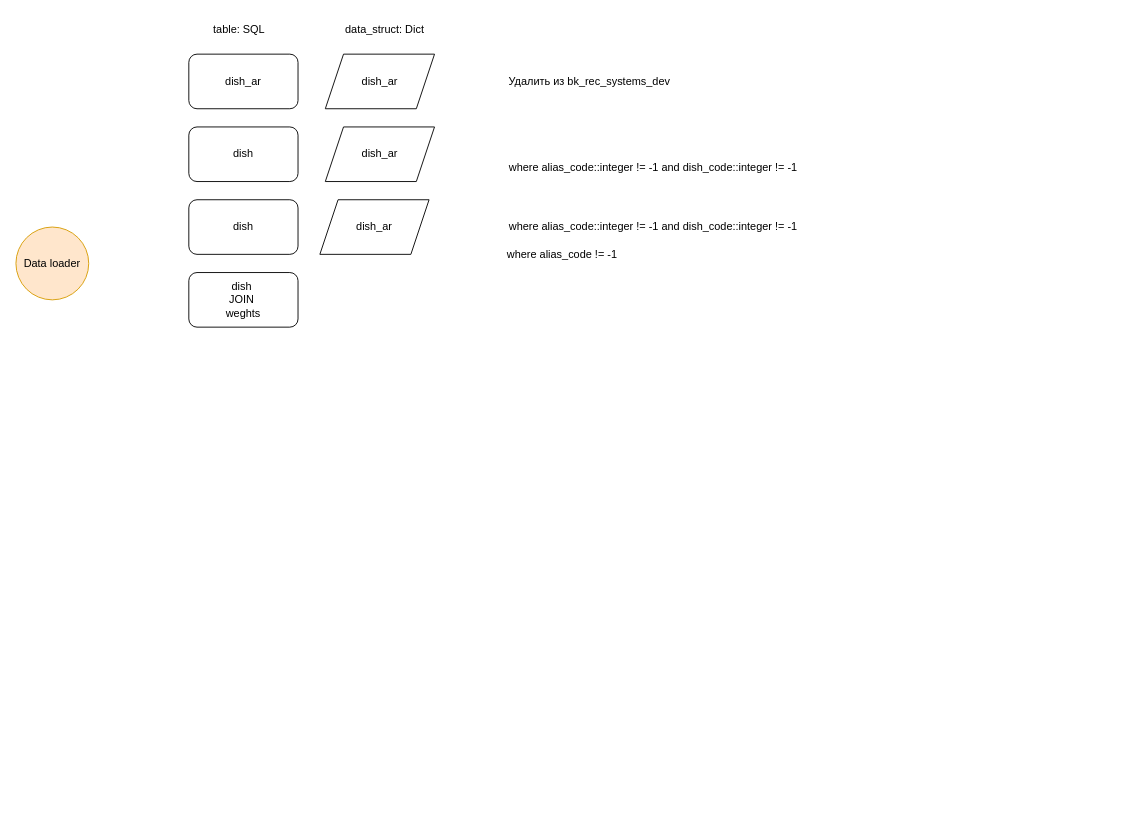
Before: recsys_data_loader.drawio in ArlanovCsb/responsive_menu, a draw.io diagram. Source tidied: cells renumbered, new cells numbered last; positions are measured from the earlier drawing's top-left corner, leaving out a move shared by most shapes. Both pictures are drawn from the tidied source at 91%, with x=0, y=0 at pixel (15, 15).
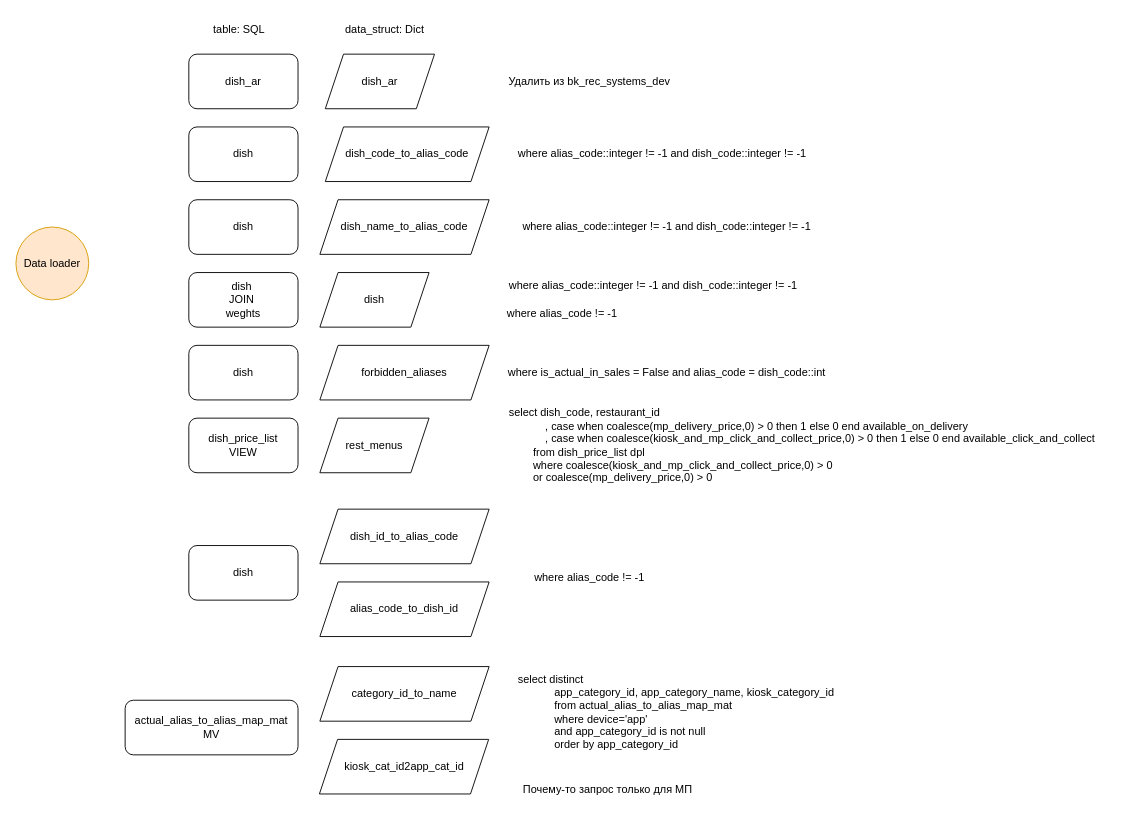
The same page after the edit.

The edit, as a diff of the source:
```diff
@@
     <mxCell id="6" value="where alias_code::integer != -1 and dish_code::integer != -1" style="text;html=1;align=center;verticalAlign=middle;strokeColor=none;fillColor=none;" parent="1" vertex="1">
-      <mxGeometry x="530" y="152" width="340" height="30" as="geometry" />
+      <mxGeometry x="540" y="137" width="340" height="30" as="geometry" />
     </mxCell>
@@
     <mxCell id="8" value="where alias_code::integer != -1 and dish_code::integer != -1" style="text;html=1;align=center;verticalAlign=middle;strokeColor=none;fillColor=none;" parent="1" vertex="1">
-      <mxGeometry x="530" y="217" width="340" height="30" as="geometry" />
+      <mxGeometry x="530" y="282" width="340" height="30" as="geometry" />
     </mxCell>
     <mxCell id="9" value="where alias_code != -1" style="text;html=1;align=center;verticalAlign=middle;strokeColor=none;fillColor=none;" parent="1" vertex="1">
-      <mxGeometry x="530" y="247" width="140" height="30" as="geometry" />
+      <mxGeometry x="530" y="312" width="140" height="30" as="geometry" />
     </mxCell>
@@
-    <mxCell id="12" value="dish_ar" style="shape=parallelogram;perimeter=parallelogramPerimeter;whiteSpace=wrap;html=1;fixedSize=1;" parent="1" vertex="1">
-      <mxGeometry x="340" y="122" width="120" height="60" as="geometry" />
+    <mxCell id="12" value="dish_code_to_alias_code" style="shape=parallelogram;perimeter=parallelogramPerimeter;whiteSpace=wrap;html=1;fixedSize=1;" parent="1" vertex="1">
+      <mxGeometry x="340" y="122" width="180" height="60" as="geometry" />
     </mxCell>
@@
-    <mxCell id="15" value="dish_ar" style="shape=parallelogram;perimeter=parallelogramPerimeter;whiteSpace=wrap;html=1;fixedSize=1;" parent="1" vertex="1">
-      <mxGeometry x="334" y="202" width="120" height="60" as="geometry" />
+    <mxCell id="15" value="dish_name_to_alias_code" style="shape=parallelogram;perimeter=parallelogramPerimeter;whiteSpace=wrap;html=1;fixedSize=1;" parent="1" vertex="1">
+      <mxGeometry x="334" y="202" width="186" height="60" as="geometry" />
     </mxCell>
+    <mxCell id="16" value="dish" style="rounded=1;whiteSpace=wrap;html=1;" parent="1" vertex="1">
+      <mxGeometry x="190" y="362" width="120" height="60" as="geometry" />
+    </mxCell>
+    <mxCell id="17" value="forbidden_aliases" style="shape=parallelogram;perimeter=parallelogramPerimeter;whiteSpace=wrap;html=1;fixedSize=1;" parent="1" vertex="1">
+      <mxGeometry x="334" y="362" width="186" height="60" as="geometry" />
+    </mxCell>
+    <mxCell id="18" value="rest_menus" style="shape=parallelogram;perimeter=parallelogramPerimeter;whiteSpace=wrap;html=1;fixedSize=1;" parent="1" vertex="1">
+      <mxGeometry x="334" y="442" width="120" height="60" as="geometry" />
+    </mxCell>
+    <mxCell id="19" value="dish" style="shape=parallelogram;perimeter=parallelogramPerimeter;whiteSpace=wrap;html=1;fixedSize=1;" parent="1" vertex="1">
+      <mxGeometry x="334" y="282" width="120" height="60" as="geometry" />
+    </mxCell>
+    <mxCell id="20" value="where is_actual_in_sales = False and alias_code = dish_code::int" style="text;html=1;align=center;verticalAlign=middle;strokeColor=none;fillColor=none;" parent="1" vertex="1">
+      <mxGeometry x="530" y="377" width="370" height="30" as="geometry" />
+    </mxCell>
+    <mxCell id="21" value="where alias_code::integer != -1 and dish_code::integer != -1" style="text;html=1;align=center;verticalAlign=middle;strokeColor=none;fillColor=none;" parent="1" vertex="1">
+      <mxGeometry x="545" y="217" width="340" height="30" as="geometry" />
+    </mxCell>
+    <mxCell id="22" value="dish_price_list&lt;br&gt;VIEW" style="rounded=1;whiteSpace=wrap;html=1;" parent="1" vertex="1">
+      <mxGeometry x="190" y="442" width="120" height="60" as="geometry" />
+    </mxCell>
+    <mxCell id="23" value="&lt;div&gt;select dish_code, restaurant_id&lt;/div&gt;&lt;div&gt;&amp;nbsp; &amp;nbsp; &amp;nbsp; &amp;nbsp; &amp;nbsp; &amp;nbsp; , case when coalesce(mp_delivery_price,0) &amp;gt; 0 then 1 else 0 end available_on_delivery&lt;/div&gt;&lt;div&gt;&amp;nbsp; &amp;nbsp; &amp;nbsp; &amp;nbsp; &amp;nbsp; &amp;nbsp; , case when coalesce(kiosk_and_mp_click_and_collect_price,0) &amp;gt; 0 then 1 else 0 end available_click_and_collect&lt;/div&gt;&lt;div&gt;&amp;nbsp; &amp;nbsp; &amp;nbsp; &amp;nbsp; from dish_price_list dpl&lt;/div&gt;&lt;div&gt;&amp;nbsp; &amp;nbsp; &amp;nbsp; &amp;nbsp; where coalesce(kiosk_and_mp_click_and_collect_price,0) &amp;gt; 0&lt;/div&gt;&lt;div&gt;&amp;nbsp; &amp;nbsp; &amp;nbsp; &amp;nbsp; or coalesce(mp_delivery_price,0) &amp;gt; 0&lt;/div&gt;" style="text;html=1;align=left;verticalAlign=middle;strokeColor=none;fillColor=none;" parent="1" vertex="1">
+      <mxGeometry x="540" y="422" width="670" height="100" as="geometry" />
+    </mxCell>
+    <mxCell id="24" value="dish" style="rounded=1;whiteSpace=wrap;html=1;" parent="1" vertex="1">
+      <mxGeometry x="190" y="582" width="120" height="60" as="geometry" />
+    </mxCell>
+    <mxCell id="25" value="dish_id_to_alias_code" style="shape=parallelogram;perimeter=parallelogramPerimeter;whiteSpace=wrap;html=1;fixedSize=1;" parent="1" vertex="1">
+      <mxGeometry x="334" y="542" width="186" height="60" as="geometry" />
+    </mxCell>
+    <mxCell id="26" value="alias_code_to_dish_id" style="shape=parallelogram;perimeter=parallelogramPerimeter;whiteSpace=wrap;html=1;fixedSize=1;" parent="1" vertex="1">
+      <mxGeometry x="334" y="622" width="186" height="60" as="geometry" />
+    </mxCell>
+    <mxCell id="27" value="where alias_code != -1" style="text;html=1;align=center;verticalAlign=middle;strokeColor=none;fillColor=none;" parent="1" vertex="1">
+      <mxGeometry x="560" y="602" width="140" height="30" as="geometry" />
+    </mxCell>
+    <mxCell id="28" value="actual_alias_to_alias_map_mat&lt;br&gt;MV" style="rounded=1;whiteSpace=wrap;html=1;" parent="1" vertex="1">
+      <mxGeometry x="120" y="752" width="190" height="60" as="geometry" />
+    </mxCell>
+    <mxCell id="29" value="&lt;div&gt;select distinct&lt;/div&gt;&lt;div&gt;&amp;nbsp; &amp;nbsp; &amp;nbsp; &amp;nbsp; &amp;nbsp; &amp;nbsp; app_category_id, app_category_name, kiosk_category_id&lt;/div&gt;&lt;div&gt;&amp;nbsp; &amp;nbsp; &amp;nbsp; &amp;nbsp; &amp;nbsp; &amp;nbsp; from actual_alias_to_alias_map_mat&lt;/div&gt;&lt;div&gt;&amp;nbsp; &amp;nbsp; &amp;nbsp; &amp;nbsp; &amp;nbsp; &amp;nbsp; where device='app'&lt;/div&gt;&lt;div&gt;&amp;nbsp; &amp;nbsp; &amp;nbsp; &amp;nbsp; &amp;nbsp; &amp;nbsp; and app_category_id is not null&lt;/div&gt;&lt;div style=&quot;&quot;&gt;&amp;nbsp; &amp;nbsp; &amp;nbsp; &amp;nbsp; &amp;nbsp; &amp;nbsp; order by app_category_id&lt;/div&gt;" style="text;html=1;align=left;verticalAlign=middle;strokeColor=none;fillColor=none;" parent="1" vertex="1">
+      <mxGeometry x="550" y="715" width="370" height="100" as="geometry" />
+    </mxCell>
+    <mxCell id="30" value="category_id_to_name" style="shape=parallelogram;perimeter=parallelogramPerimeter;whiteSpace=wrap;html=1;fixedSize=1;" parent="1" vertex="1">
+      <mxGeometry x="334" y="715" width="186" height="60" as="geometry" />
+    </mxCell>
+    <mxCell id="31" value="kiosk_cat_id2app_cat_id" style="shape=parallelogram;perimeter=parallelogramPerimeter;whiteSpace=wrap;html=1;fixedSize=1;" parent="1" vertex="1">
+      <mxGeometry x="333.5" y="795" width="186" height="60" as="geometry" />
+    </mxCell>
+    <mxCell id="32" value="Почему-то запрос только для МП" style="text;html=1;align=center;verticalAlign=middle;strokeColor=none;fillColor=none;" parent="1" vertex="1">
+      <mxGeometry x="545" y="835" width="210" height="30" as="geometry" />
+    </mxCell>
```
